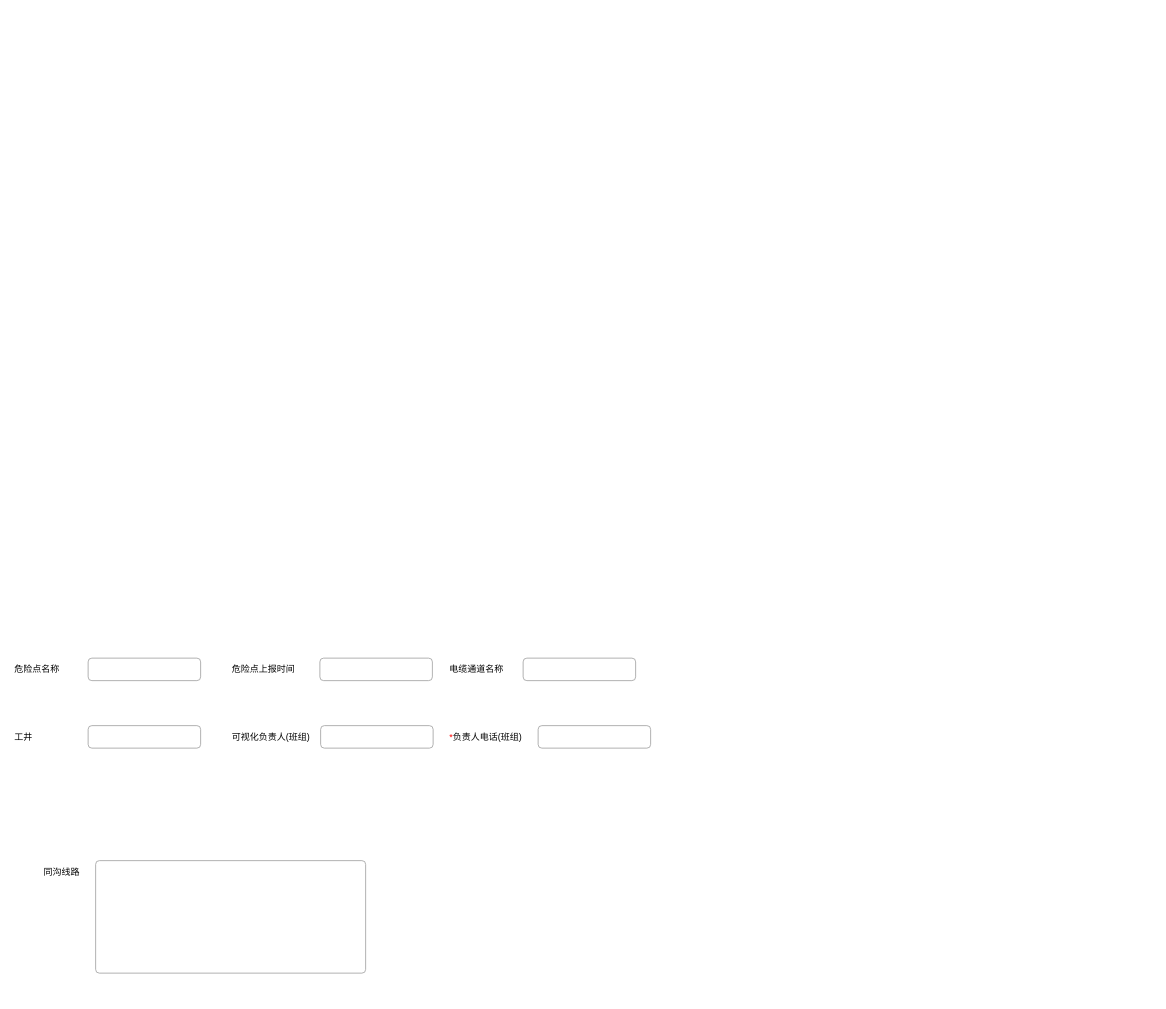
zm52hz/test1 keeps this draw.io diagram as 济南电缆.drawio. Above is the earlier version. Source tidied: cells renumbered, new cells numbered last; positions are measured from the earlier drawing's top-left corner, leaving out a move shared by most shapes. Both pictures are drawn from the tidied source at 75%, with x=0, y=0 at pixel (13, 658).
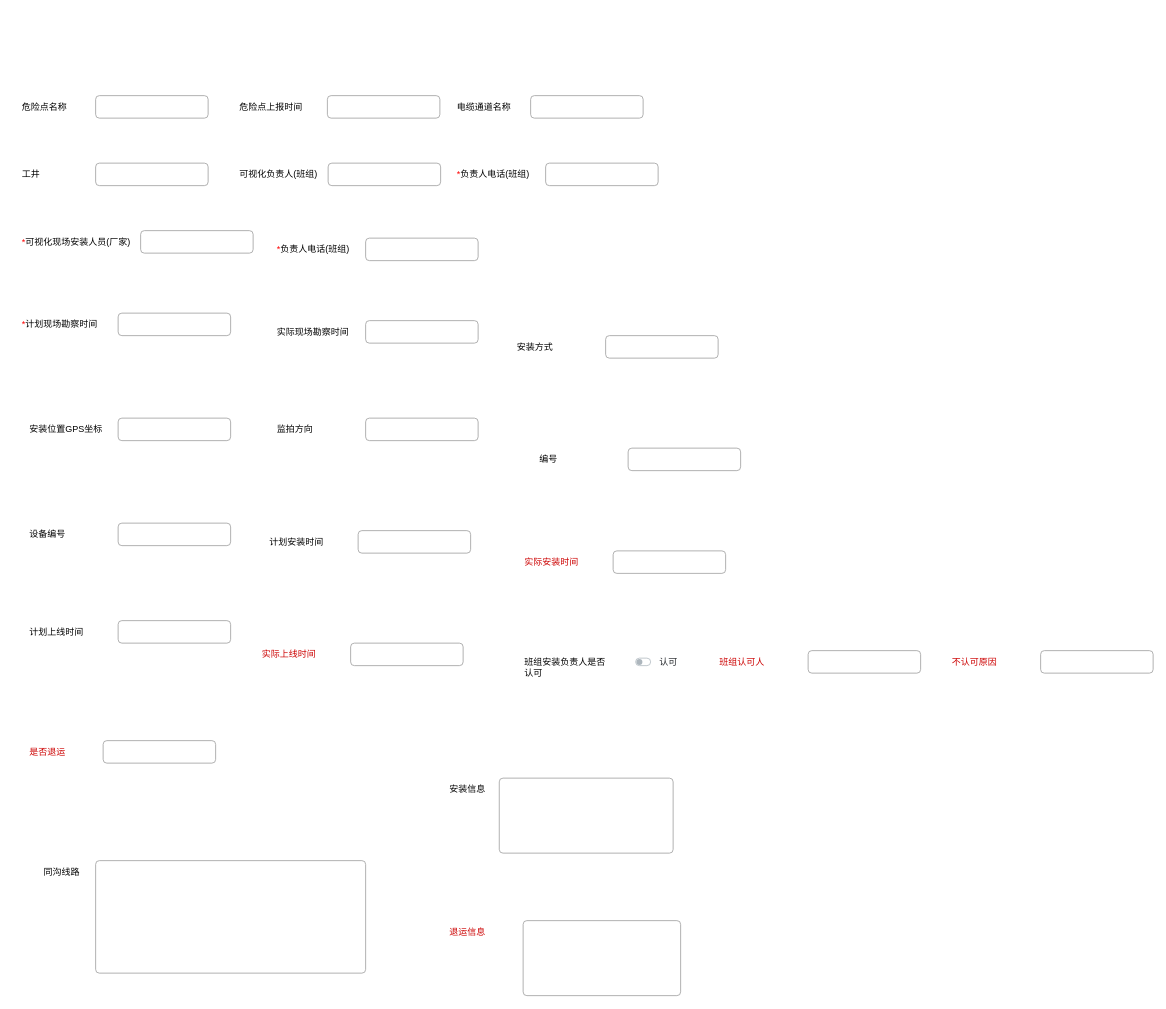
After the change.

Commit message (it also covers changes not shown here):
更新济南电缆.drawio

What changed in the source:
```diff
@@
+    <mxCell id="16" style="group;" parent="1" vertex="1">
+      <mxGeometry x="10" y="-770" width="180" height="140" as="geometry" />
+    </mxCell>
+    <mxCell id="8" value="工井" style="text;html=1;strokeColor=none;fillColor=none;align=left;verticalAlign=middle;whiteSpace=wrap;rounded=0;" parent="16" vertex="1">
+      <mxGeometry y="110" width="110" height="30" as="geometry" />
+    </mxCell>
+    <mxCell id="9" style="html=1;shadow=0;dashed=0;shape=mxgraph.bootstrap.rrect;rSize=5;fillColor=none;strokeColor=#999999;align=left;spacing=15;fontSize=14;fontColor=#6C767D;" parent="16" vertex="1">
+      <mxGeometry x="100" y="110" width="150" height="30" as="geometry">
+        <mxPoint x="-70" y="-110" as="offset" />
+      </mxGeometry>
+    </mxCell>
+    <mxCell id="17" style="group;" parent="1" vertex="1">
+      <mxGeometry x="300" y="-770" width="200" height="140" as="geometry" />
+    </mxCell>
+    <mxCell id="12" value="可视化负责人(班组)" style="text;html=1;strokeColor=none;fillColor=none;align=left;verticalAlign=middle;whiteSpace=wrap;rounded=0;" parent="17" vertex="1">
+      <mxGeometry y="110" width="110" height="30" as="geometry" />
+    </mxCell>
+    <mxCell id="13" style="html=1;shadow=0;dashed=0;shape=mxgraph.bootstrap.rrect;rSize=5;fillColor=none;strokeColor=#999999;align=left;spacing=15;fontSize=14;fontColor=#6C767D;" parent="17" vertex="1">
+      <mxGeometry x="120" y="110" width="150" height="30" as="geometry">
+        <mxPoint x="-70" y="-110" as="offset" />
+      </mxGeometry>
+    </mxCell>
+    <mxCell id="18" style="group;" parent="1" vertex="1">
+      <mxGeometry x="350" y="-670" width="200" height="140" as="geometry" />
+    </mxCell>
+    <mxCell id="19" value="&lt;font color=&quot;#ff0000&quot;&gt;*&lt;/font&gt;负责人电话(班组)" style="text;html=1;strokeColor=none;fillColor=none;align=left;verticalAlign=middle;whiteSpace=wrap;rounded=0;" parent="18" vertex="1">
+      <mxGeometry y="110" width="110" height="30" as="geometry" />
+    </mxCell>
+    <mxCell id="20" style="html=1;shadow=0;dashed=0;shape=mxgraph.bootstrap.rrect;rSize=5;fillColor=none;strokeColor=#999999;align=left;spacing=15;fontSize=14;fontColor=#6C767D;" parent="18" vertex="1">
+      <mxGeometry x="120" y="110" width="150" height="30" as="geometry">
+        <mxPoint x="-70" y="-110" as="offset" />
+      </mxGeometry>
+    </mxCell>
+    <mxCell id="21" style="group;" parent="1" vertex="1">
+      <mxGeometry x="590" y="-770" width="200" height="140" as="geometry" />
+    </mxCell>
+    <mxCell id="14" value="&lt;font color=&quot;#ff0000&quot;&gt;*&lt;/font&gt;负责人电话(班组)" style="text;html=1;strokeColor=none;fillColor=none;align=left;verticalAlign=middle;whiteSpace=wrap;rounded=0;" parent="21" vertex="1">
+      <mxGeometry y="110" width="110" height="30" as="geometry" />
+    </mxCell>
+    <mxCell id="15" style="html=1;shadow=0;dashed=0;shape=mxgraph.bootstrap.rrect;rSize=5;fillColor=none;strokeColor=#999999;align=left;spacing=15;fontSize=14;fontColor=#6C767D;" parent="21" vertex="1">
+      <mxGeometry x="120" y="110" width="150" height="30" as="geometry">
+        <mxPoint x="-70" y="-110" as="offset" />
+      </mxGeometry>
+    </mxCell>
+    <mxCell id="22" style="group;" parent="1" vertex="1">
+      <mxGeometry x="590" y="-860" width="180" height="140" as="geometry" />
+    </mxCell>
+    <mxCell id="6" value="电缆通道名称" style="text;html=1;strokeColor=none;fillColor=none;align=left;verticalAlign=middle;whiteSpace=wrap;rounded=0;" parent="22" vertex="1">
+      <mxGeometry y="110" width="110" height="30" as="geometry" />
+    </mxCell>
+    <mxCell id="7" style="html=1;shadow=0;dashed=0;shape=mxgraph.bootstrap.rrect;rSize=5;fillColor=none;strokeColor=#999999;align=left;spacing=15;fontSize=14;fontColor=#6C767D;" parent="22" vertex="1">
+      <mxGeometry x="100" y="110" width="150" height="30" as="geometry">
+        <mxPoint x="-70" y="-110" as="offset" />
+      </mxGeometry>
+    </mxCell>
+    <mxCell id="23" style="group;" parent="1" vertex="1">
+      <mxGeometry x="300" y="-860" width="199" height="140" as="geometry" />
+    </mxCell>
+    <mxCell id="4" value="危险点上报时间" style="text;html=1;strokeColor=none;fillColor=none;align=left;verticalAlign=middle;whiteSpace=wrap;rounded=0;" parent="23" vertex="1">
+      <mxGeometry y="110" width="110" height="30" as="geometry" />
+    </mxCell>
+    <mxCell id="5" style="html=1;shadow=0;dashed=0;shape=mxgraph.bootstrap.rrect;rSize=5;fillColor=none;strokeColor=#999999;align=left;spacing=15;fontSize=14;fontColor=#6C767D;" parent="23" vertex="1">
+      <mxGeometry x="119" y="110" width="150" height="30" as="geometry">
+        <mxPoint x="-70" y="-110" as="offset" />
+      </mxGeometry>
+    </mxCell>
+    <mxCell id="24" style="group;" parent="1" vertex="1">
+      <mxGeometry x="10" y="-860" width="180" height="140" as="geometry" />
+    </mxCell>
-    <mxCell id="2" value="危险点名称" style="text;html=1;strokeColor=none;fillColor=none;align=left;verticalAlign=middle;whiteSpace=wrap;rounded=0;" parent="1" vertex="1">
-      <mxGeometry width="110" height="30" as="geometry" />
+    <mxCell id="2" value="危险点名称" style="text;html=1;strokeColor=none;fillColor=none;align=left;verticalAlign=middle;whiteSpace=wrap;rounded=0;" parent="24" vertex="1">
+      <mxGeometry y="110" width="110" height="30" as="geometry" />
     </mxCell>
-    <mxCell id="3" value="&lt;br&gt;" style="html=1;shadow=0;dashed=0;shape=mxgraph.bootstrap.rrect;rSize=5;fillColor=none;strokeColor=#999999;align=left;spacing=15;fontSize=14;fontColor=#6C767D;" parent="1" vertex="1">
-      <mxGeometry x="100" width="150" height="30" as="geometry">
+    <mxCell id="3" value="&lt;br&gt;" style="html=1;shadow=0;dashed=0;shape=mxgraph.bootstrap.rrect;rSize=5;fillColor=none;strokeColor=#999999;align=left;spacing=15;fontSize=14;fontColor=#6C767D;" parent="24" vertex="1">
+      <mxGeometry x="100" y="110" width="150" height="30" as="geometry">
         <mxPoint x="-70" y="-110" as="offset" />
       </mxGeometry>
     </mxCell>
-    <mxCell id="4" value="危险点上报时间" style="text;html=1;strokeColor=none;fillColor=none;align=left;verticalAlign=middle;whiteSpace=wrap;rounded=0;" parent="1" vertex="1">
-      <mxGeometry x="290" width="110" height="30" as="geometry" />
-    </mxCell>
-    <mxCell id="5" style="html=1;shadow=0;dashed=0;shape=mxgraph.bootstrap.rrect;rSize=5;fillColor=none;strokeColor=#999999;align=left;spacing=15;fontSize=14;fontColor=#6C767D;" parent="1" vertex="1">
-      <mxGeometry x="409" width="150" height="30" as="geometry">
-        <mxPoint x="-70" y="-110" as="offset" />
-      </mxGeometry>
-    </mxCell>
-    <mxCell id="6" value="电缆通道名称" style="text;html=1;strokeColor=none;fillColor=none;align=left;verticalAlign=middle;whiteSpace=wrap;rounded=0;" parent="1" vertex="1">
-      <mxGeometry x="580" width="110" height="30" as="geometry" />
-    </mxCell>
-    <mxCell id="7" style="html=1;shadow=0;dashed=0;shape=mxgraph.bootstrap.rrect;rSize=5;fillColor=none;strokeColor=#999999;align=left;spacing=15;fontSize=14;fontColor=#6C767D;" parent="1" vertex="1">
-      <mxGeometry x="680" width="150" height="30" as="geometry">
-        <mxPoint x="-70" y="-110" as="offset" />
-      </mxGeometry>
-    </mxCell>
-    <mxCell id="8" value="工井" style="text;html=1;strokeColor=none;fillColor=none;align=left;verticalAlign=middle;whiteSpace=wrap;rounded=0;" parent="1" vertex="1">
-      <mxGeometry y="90" width="110" height="30" as="geometry" />
-    </mxCell>
-    <mxCell id="9" style="html=1;shadow=0;dashed=0;shape=mxgraph.bootstrap.rrect;rSize=5;fillColor=none;strokeColor=#999999;align=left;spacing=15;fontSize=14;fontColor=#6C767D;" parent="1" vertex="1">
-      <mxGeometry x="100" y="90" width="150" height="30" as="geometry">
-        <mxPoint x="-70" y="-110" as="offset" />
-      </mxGeometry>
-    </mxCell>
+    <mxCell id="25" style="group;" parent="1" vertex="1">
+      <mxGeometry x="10" y="-680" width="240" height="140" as="geometry" />
+    </mxCell>
+    <mxCell id="26" value="&lt;font color=&quot;#ff0000&quot;&gt;*&lt;/font&gt;可视化现场安装人员(厂家)" style="text;html=1;strokeColor=none;fillColor=none;align=left;verticalAlign=middle;whiteSpace=wrap;rounded=0;" parent="25" vertex="1">
+      <mxGeometry y="110" width="150" height="30" as="geometry" />
+    </mxCell>
+    <mxCell id="27" style="html=1;shadow=0;dashed=0;shape=mxgraph.bootstrap.rrect;rSize=5;fillColor=none;strokeColor=#999999;align=left;spacing=15;fontSize=14;fontColor=#6C767D;" parent="25" vertex="1">
+      <mxGeometry x="160" y="110" width="150" height="30" as="geometry">
+        <mxPoint x="-70" y="-110" as="offset" />
+      </mxGeometry>
+    </mxCell>
+    <mxCell id="28" style="group;" parent="1" vertex="1">
+      <mxGeometry x="580" y="50" width="300" height="210" as="geometry" />
+    </mxCell>
+    <mxCell id="29" value="安装信息" style="text;html=1;strokeColor=none;fillColor=none;align=left;verticalAlign=middle;whiteSpace=wrap;rounded=0;" parent="28" vertex="1">
+      <mxGeometry y="110" width="62.6" height="30" as="geometry" />
+    </mxCell>
+    <mxCell id="30" style="html=1;shadow=0;dashed=0;shape=mxgraph.bootstrap.rrect;rSize=5;fillColor=none;strokeColor=#999999;align=left;spacing=15;fontSize=14;fontColor=#6C767D;" parent="28" vertex="1">
+      <mxGeometry x="68.2" y="110" width="231.8" height="100" as="geometry">
+        <mxPoint x="-70" y="-110" as="offset" />
+      </mxGeometry>
+    </mxCell>
+    <mxCell id="31" style="group;" parent="1" vertex="1">
+      <mxGeometry x="20" y="-570" width="200" height="140" as="geometry" />
+    </mxCell>
+    <mxCell id="32" value="&lt;font color=&quot;#ff0000&quot;&gt;*&lt;/font&gt;计划现场勘察时间" style="text;html=1;strokeColor=none;fillColor=none;align=left;verticalAlign=middle;whiteSpace=wrap;rounded=0;" parent="31" vertex="1">
+      <mxGeometry x="-10" y="110" width="110" height="30" as="geometry" />
+    </mxCell>
+    <mxCell id="33" style="html=1;shadow=0;dashed=0;shape=mxgraph.bootstrap.rrect;rSize=5;fillColor=none;strokeColor=#999999;align=left;spacing=15;fontSize=14;fontColor=#6C767D;" parent="31" vertex="1">
+      <mxGeometry x="120" y="110" width="150" height="30" as="geometry">
+        <mxPoint x="-70" y="-110" as="offset" />
+      </mxGeometry>
+    </mxCell>
+    <mxCell id="34" style="group;" parent="1" vertex="1">
+      <mxGeometry x="350" y="-560" width="200" height="140" as="geometry" />
+    </mxCell>
+    <mxCell id="35" value="实际现场勘察时间" style="text;html=1;strokeColor=none;fillColor=none;align=left;verticalAlign=middle;whiteSpace=wrap;rounded=0;" parent="34" vertex="1">
+      <mxGeometry y="110" width="110" height="30" as="geometry" />
+    </mxCell>
+    <mxCell id="36" style="html=1;shadow=0;dashed=0;shape=mxgraph.bootstrap.rrect;rSize=5;fillColor=none;strokeColor=#999999;align=left;spacing=15;fontSize=14;fontColor=#6C767D;" parent="34" vertex="1">
+      <mxGeometry x="120" y="110" width="150" height="30" as="geometry">
+        <mxPoint x="-70" y="-110" as="offset" />
+      </mxGeometry>
+    </mxCell>
+    <mxCell id="37" style="group;" parent="1" vertex="1">
+      <mxGeometry x="360" y="-400" width="200" height="140" as="geometry" />
+    </mxCell>
+    <mxCell id="38" value="监拍方向" style="text;html=1;strokeColor=none;fillColor=none;align=left;verticalAlign=middle;whiteSpace=wrap;rounded=0;" parent="37" vertex="1">
+      <mxGeometry x="-10" y="80" width="110" height="30" as="geometry" />
+    </mxCell>
+    <mxCell id="39" style="html=1;shadow=0;dashed=0;shape=mxgraph.bootstrap.rrect;rSize=5;fillColor=none;strokeColor=#999999;align=left;spacing=15;fontSize=14;fontColor=#6C767D;" parent="37" vertex="1">
+      <mxGeometry x="110" y="80" width="150" height="30" as="geometry">
+        <mxPoint x="-70" y="-110" as="offset" />
+      </mxGeometry>
+    </mxCell>
+    <mxCell id="40" style="group;" parent="1" vertex="1">
+      <mxGeometry x="30" y="-400" width="200" height="140" as="geometry" />
+    </mxCell>
+    <mxCell id="41" value="安装位置GPS坐标" style="text;html=1;strokeColor=none;fillColor=none;align=left;verticalAlign=middle;whiteSpace=wrap;rounded=0;" parent="40" vertex="1">
+      <mxGeometry x="-10" y="80" width="110" height="30" as="geometry" />
+    </mxCell>
+    <mxCell id="42" style="html=1;shadow=0;dashed=0;shape=mxgraph.bootstrap.rrect;rSize=5;fillColor=none;strokeColor=#999999;align=left;spacing=15;fontSize=14;fontColor=#6C767D;" parent="40" vertex="1">
+      <mxGeometry x="110" y="80" width="150" height="30" as="geometry">
+        <mxPoint x="-70" y="-110" as="offset" />
+      </mxGeometry>
+    </mxCell>
+    <mxCell id="43" style="group;" parent="1" vertex="1">
+      <mxGeometry x="680" y="-510" width="200" height="140" as="geometry" />
+    </mxCell>
+    <mxCell id="44" value="安装方式" style="text;html=1;strokeColor=none;fillColor=none;align=left;verticalAlign=middle;whiteSpace=wrap;rounded=0;" parent="43" vertex="1">
+      <mxGeometry x="-10" y="80" width="110" height="30" as="geometry" />
+    </mxCell>
+    <mxCell id="45" style="html=1;shadow=0;dashed=0;shape=mxgraph.bootstrap.rrect;rSize=5;fillColor=none;strokeColor=#999999;align=left;spacing=15;fontSize=14;fontColor=#6C767D;" parent="43" vertex="1">
+      <mxGeometry x="110" y="80" width="150" height="30" as="geometry">
+        <mxPoint x="-70" y="-110" as="offset" />
+      </mxGeometry>
+    </mxCell>
+    <mxCell id="46" style="group;" parent="1" vertex="1">
+      <mxGeometry x="30" y="-260" width="200" height="140" as="geometry" />
+    </mxCell>
+    <mxCell id="47" value="设备编号" style="text;html=1;strokeColor=none;fillColor=none;align=left;verticalAlign=middle;whiteSpace=wrap;rounded=0;" parent="46" vertex="1">
+      <mxGeometry x="-10" y="80" width="110" height="30" as="geometry" />
+    </mxCell>
+    <mxCell id="48" style="html=1;shadow=0;dashed=0;shape=mxgraph.bootstrap.rrect;rSize=5;fillColor=none;strokeColor=#999999;align=left;spacing=15;fontSize=14;fontColor=#6C767D;" parent="46" vertex="1">
+      <mxGeometry x="110" y="80" width="150" height="30" as="geometry">
+        <mxPoint x="-70" y="-110" as="offset" />
+      </mxGeometry>
+    </mxCell>
+    <mxCell id="49" style="group;" parent="1" vertex="1">
+      <mxGeometry x="690" y="-223" width="200" height="140" as="geometry" />
+    </mxCell>
+    <mxCell id="50" value="&lt;font color=&quot;#cc0000&quot;&gt;实际安装时间&lt;/font&gt;" style="text;html=1;strokeColor=none;fillColor=none;align=left;verticalAlign=middle;whiteSpace=wrap;rounded=0;" parent="49" vertex="1">
+      <mxGeometry x="-10" y="80" width="110" height="30" as="geometry" />
+    </mxCell>
+    <mxCell id="51" style="html=1;shadow=0;dashed=0;shape=mxgraph.bootstrap.rrect;rSize=5;fillColor=none;strokeColor=#999999;align=left;spacing=15;fontSize=14;fontColor=#6C767D;" parent="49" vertex="1">
+      <mxGeometry x="110" y="80" width="150" height="30" as="geometry">
+        <mxPoint x="-70" y="-110" as="offset" />
+      </mxGeometry>
+    </mxCell>
+    <mxCell id="52" style="group;" parent="1" vertex="1">
+      <mxGeometry x="350" y="-250" width="200" height="140" as="geometry" />
+    </mxCell>
+    <mxCell id="53" value="计划安装时间" style="text;html=1;strokeColor=none;fillColor=none;align=left;verticalAlign=middle;whiteSpace=wrap;rounded=0;" parent="52" vertex="1">
+      <mxGeometry x="-10" y="80" width="110" height="30" as="geometry" />
+    </mxCell>
+    <mxCell id="54" style="html=1;shadow=0;dashed=0;shape=mxgraph.bootstrap.rrect;rSize=5;fillColor=none;strokeColor=#999999;align=left;spacing=15;fontSize=14;fontColor=#6C767D;" parent="52" vertex="1">
+      <mxGeometry x="110" y="80" width="150" height="30" as="geometry">
+        <mxPoint x="-70" y="-110" as="offset" />
+      </mxGeometry>
+    </mxCell>
+    <mxCell id="55" style="group;" parent="1" vertex="1">
+      <mxGeometry x="710" y="-360" width="200" height="140" as="geometry" />
+    </mxCell>
+    <mxCell id="56" value="编号" style="text;html=1;strokeColor=none;fillColor=none;align=left;verticalAlign=middle;whiteSpace=wrap;rounded=0;" parent="55" vertex="1">
+      <mxGeometry x="-10" y="80" width="110" height="30" as="geometry" />
+    </mxCell>
+    <mxCell id="57" style="html=1;shadow=0;dashed=0;shape=mxgraph.bootstrap.rrect;rSize=5;fillColor=none;strokeColor=#999999;align=left;spacing=15;fontSize=14;fontColor=#6C767D;" parent="55" vertex="1">
+      <mxGeometry x="110" y="80" width="150" height="30" as="geometry">
+        <mxPoint x="-70" y="-110" as="offset" />
+      </mxGeometry>
+    </mxCell>
@@
-    <mxCell id="12" value="可视化负责人(班组)" style="text;html=1;strokeColor=none;fillColor=none;align=left;verticalAlign=middle;whiteSpace=wrap;rounded=0;" parent="1" vertex="1">
-      <mxGeometry x="290" y="90" width="110" height="30" as="geometry" />
-    </mxCell>
-    <mxCell id="13" style="html=1;shadow=0;dashed=0;shape=mxgraph.bootstrap.rrect;rSize=5;fillColor=none;strokeColor=#999999;align=left;spacing=15;fontSize=14;fontColor=#6C767D;" parent="1" vertex="1">
-      <mxGeometry x="410" y="90" width="150" height="30" as="geometry">
-        <mxPoint x="-70" y="-110" as="offset" />
-      </mxGeometry>
-    </mxCell>
-    <mxCell id="14" value="&lt;font color=&quot;#ff0000&quot;&gt;*&lt;/font&gt;负责人电话(班组)" style="text;html=1;strokeColor=none;fillColor=none;align=left;verticalAlign=middle;whiteSpace=wrap;rounded=0;" parent="1" vertex="1">
-      <mxGeometry x="580" y="90" width="110" height="30" as="geometry" />
-    </mxCell>
-    <mxCell id="15" style="html=1;shadow=0;dashed=0;shape=mxgraph.bootstrap.rrect;rSize=5;fillColor=none;strokeColor=#999999;align=left;spacing=15;fontSize=14;fontColor=#6C767D;" parent="1" vertex="1">
-      <mxGeometry x="700" y="90" width="150" height="30" as="geometry">
-        <mxPoint x="-70" y="-110" as="offset" />
-      </mxGeometry>
-    </mxCell>
+    <mxCell id="58" style="group;" parent="1" vertex="1">
+      <mxGeometry x="30" y="-130" width="200" height="140" as="geometry" />
+    </mxCell>
+    <mxCell id="59" value="计划上线时间" style="text;html=1;strokeColor=none;fillColor=none;align=left;verticalAlign=middle;whiteSpace=wrap;rounded=0;" parent="58" vertex="1">
+      <mxGeometry x="-10" y="80" width="110" height="30" as="geometry" />
+    </mxCell>
+    <mxCell id="60" style="html=1;shadow=0;dashed=0;shape=mxgraph.bootstrap.rrect;rSize=5;fillColor=none;strokeColor=#999999;align=left;spacing=15;fontSize=14;fontColor=#6C767D;" parent="58" vertex="1">
+      <mxGeometry x="110" y="80" width="150" height="30" as="geometry">
+        <mxPoint x="-70" y="-110" as="offset" />
+      </mxGeometry>
+    </mxCell>
+    <mxCell id="61" style="group;" parent="1" vertex="1">
+      <mxGeometry x="340" y="-100" width="200" height="140" as="geometry" />
+    </mxCell>
+    <mxCell id="62" value="&lt;font color=&quot;#cc0000&quot;&gt;实际上线时间&lt;/font&gt;" style="text;html=1;strokeColor=none;fillColor=none;align=left;verticalAlign=middle;whiteSpace=wrap;rounded=0;" parent="61" vertex="1">
+      <mxGeometry x="-10" y="80" width="110" height="30" as="geometry" />
+    </mxCell>
+    <mxCell id="63" style="html=1;shadow=0;dashed=0;shape=mxgraph.bootstrap.rrect;rSize=5;fillColor=none;strokeColor=#999999;align=left;spacing=15;fontSize=14;fontColor=#6C767D;" parent="61" vertex="1">
+      <mxGeometry x="110" y="80" width="150" height="30" as="geometry">
+        <mxPoint x="-70" y="-110" as="offset" />
+      </mxGeometry>
+    </mxCell>
+    <mxCell id="64" style="group;" parent="1" vertex="1">
+      <mxGeometry x="690" y="-83" width="200" height="140" as="geometry" />
+    </mxCell>
+    <mxCell id="65" style="group;" parent="64" vertex="1">
+      <mxGeometry x="-10" y="80" width="170" height="30" as="geometry" />
+    </mxCell>
+    <mxCell id="66" value="班组安装负责人是否认可" style="text;html=1;strokeColor=none;fillColor=none;align=left;verticalAlign=middle;whiteSpace=wrap;rounded=0;" parent="65" vertex="1">
+      <mxGeometry width="110" height="30" as="geometry" />
+    </mxCell>
+    <mxCell id="67" value="认可" style="html=1;shadow=0;dashed=0;shape=mxgraph.bootstrap.switch;strokeColor=#ADB6BD;strokeWidth=1;fillColor=#ffffff;fontColor=#212529;onStrokeColor=#ffffff;onFillColor=#0085FC;align=left;verticalAlign=middle;spacingLeft=10;labelPosition=right;verticalLabelPosition=middle;buttonState=0;sketch=0;" parent="65" vertex="1">
+      <mxGeometry x="150" y="3" width="20" height="10" as="geometry" />
+    </mxCell>
+    <mxCell id="68" value="&lt;font color=&quot;#cc0000&quot;&gt;班组认可人&lt;/font&gt;" style="text;html=1;strokeColor=none;fillColor=none;align=left;verticalAlign=middle;whiteSpace=wrap;rounded=0;" parent="1" vertex="1">
+      <mxGeometry x="940" y="-10" width="110" height="30" as="geometry" />
+    </mxCell>
+    <mxCell id="69" style="html=1;shadow=0;dashed=0;shape=mxgraph.bootstrap.rrect;rSize=5;fillColor=none;strokeColor=#999999;align=left;spacing=15;fontSize=14;fontColor=#6C767D;" parent="1" vertex="1">
+      <mxGeometry x="1060" y="-10" width="150" height="30" as="geometry">
+        <mxPoint x="-70" y="-110" as="offset" />
+      </mxGeometry>
+    </mxCell>
+    <mxCell id="70" value="&lt;font color=&quot;#cc0000&quot;&gt;不认可原因&lt;/font&gt;" style="text;html=1;strokeColor=none;fillColor=none;align=left;verticalAlign=middle;whiteSpace=wrap;rounded=0;" parent="1" vertex="1">
+      <mxGeometry x="1250" y="-10" width="110" height="30" as="geometry" />
+    </mxCell>
+    <mxCell id="71" style="html=1;shadow=0;dashed=0;shape=mxgraph.bootstrap.rrect;rSize=5;fillColor=none;strokeColor=#999999;align=left;spacing=15;fontSize=14;fontColor=#6C767D;" parent="1" vertex="1">
+      <mxGeometry x="1370" y="-10" width="150" height="30" as="geometry">
+        <mxPoint x="-70" y="-110" as="offset" />
+      </mxGeometry>
+    </mxCell>
+    <mxCell id="72" value="&lt;font color=&quot;#cc0000&quot;&gt;是否退运&lt;/font&gt;" style="text;html=1;strokeColor=none;fillColor=none;align=left;verticalAlign=middle;whiteSpace=wrap;rounded=0;" parent="1" vertex="1">
+      <mxGeometry x="20" y="110" width="110" height="30" as="geometry" />
+    </mxCell>
+    <mxCell id="73" style="html=1;shadow=0;dashed=0;shape=mxgraph.bootstrap.rrect;rSize=5;fillColor=none;strokeColor=#999999;align=left;spacing=15;fontSize=14;fontColor=#6C767D;" parent="1" vertex="1">
+      <mxGeometry x="120" y="110" width="150" height="30" as="geometry">
+        <mxPoint x="-70" y="-110" as="offset" />
+      </mxGeometry>
+    </mxCell>
+    <mxCell id="74" style="group;" parent="1" vertex="1">
+      <mxGeometry x="580" y="240" width="310" height="210" as="geometry" />
+    </mxCell>
+    <mxCell id="75" value="&lt;font color=&quot;#cc0000&quot;&gt;退运信息&lt;/font&gt;" style="text;html=1;strokeColor=none;fillColor=none;align=left;verticalAlign=middle;whiteSpace=wrap;rounded=0;" parent="74" vertex="1">
+      <mxGeometry y="110" width="110" height="30" as="geometry" />
+    </mxCell>
+    <mxCell id="76" style="html=1;shadow=0;dashed=0;shape=mxgraph.bootstrap.rrect;rSize=5;fillColor=none;strokeColor=#999999;align=left;spacing=15;fontSize=14;fontColor=#6C767D;" parent="74" vertex="1">
+      <mxGeometry x="100" y="110" width="210" height="100" as="geometry">
+        <mxPoint x="-70" y="-110" as="offset" />
+      </mxGeometry>
+    </mxCell>
```
